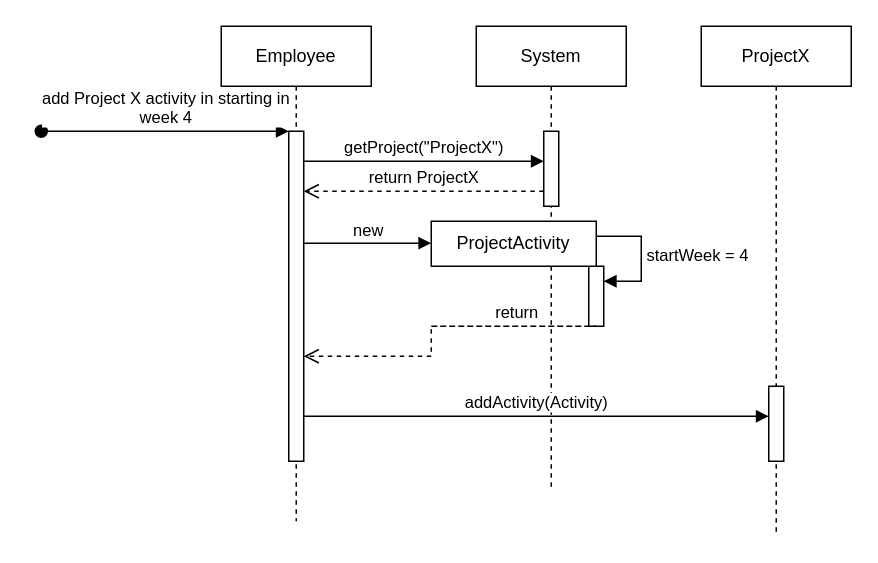
Buildasaurus/02161-Projekt keeps this draw.io diagram as actually fine sequence digagram.drawio. Above is the earlier version. Source tidied: cells renumbered, new cells numbered last; positions are measured from the earlier drawing's top-left corner, leaving out a move shared by most shapes. Both pictures are drawn from the tidied source at 150%, with x=0, y=0 at pixel (40, 26).
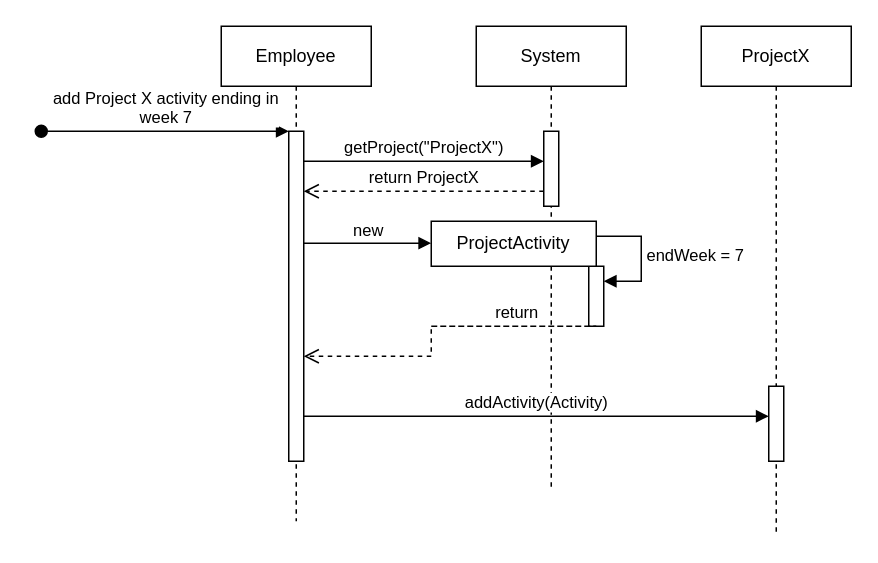
The same page after the edit.

Unchanged cells that the change refers to:
```xml
<mxCell id="2" value="Employee" style="shape=umlLifeline;perimeter=lifelinePerimeter;whiteSpace=wrap;html=1;newEdgeStyle={&quot;edgeStyle&quot;:&quot;elbowEdgeStyle&quot;,&quot;elbow&quot;:&quot;vertical&quot;,&quot;curved&quot;:0,&quot;rounded&quot;:0};" parent="1" vertex="1">
  <mxGeometry x="120" width="100" height="330" as="geometry" />
</mxCell>
<mxCell id="3" style="html=1;points=[];perimeter=orthogonalPerimeter;outlineConnect=0;targetShapes=umlLifeline;portConstraint=eastwest;newEdgeStyle={&quot;edgeStyle&quot;:&quot;elbowEdgeStyle&quot;,&quot;elbow&quot;:&quot;vertical&quot;,&quot;curved&quot;:0,&quot;rounded&quot;:0};" parent="2" vertex="1">
  <mxGeometry x="45" y="70" width="10" height="220" as="geometry" />
</mxCell>
<mxCell id="6" value="System" style="shape=umlLifeline;perimeter=lifelinePerimeter;whiteSpace=wrap;html=1;newEdgeStyle={&quot;edgeStyle&quot;:&quot;elbowEdgeStyle&quot;,&quot;elbow&quot;:&quot;vertical&quot;,&quot;curved&quot;:0,&quot;rounded&quot;:0};" parent="1" vertex="1">
  <mxGeometry x="290" width="100" height="310" as="geometry" />
</mxCell>
<mxCell id="8" style="html=1;points=[[0,0,0,0,5],[0,1,0,0,-5],[1,0,0,0,5],[1,1,0,0,-5]];perimeter=orthogonalPerimeter;outlineConnect=0;targetShapes=umlLifeline;portConstraint=eastwest;newEdgeStyle={&quot;curved&quot;:0,&quot;rounded&quot;:0};" parent="6" vertex="1">
  <mxGeometry x="75" y="160" width="10" height="40" as="geometry" />
</mxCell>
```

Change to the diagram source:
```diff
@@
-    <mxCell id="4" value="add Project X activity in starting in&lt;div&gt;week 4&lt;/div&gt;" style="html=1;verticalAlign=bottom;startArrow=oval;endArrow=block;startSize=8;edgeStyle=elbowEdgeStyle;elbow=vertical;curved=0;rounded=0;" parent="2" edge="1" target="3">
+    <mxCell id="4" value="add Project X activity ending in&lt;div&gt;week 7&lt;/div&gt;" style="html=1;verticalAlign=bottom;startArrow=oval;endArrow=block;startSize=8;edgeStyle=elbowEdgeStyle;elbow=vertical;curved=0;rounded=0;" parent="2" edge="1" target="3">
       <mxGeometry relative="1" as="geometry">
         <mxPoint x="-120" y="70" as="sourcePoint" />
       </mxGeometry>
     </mxCell>
@@
-    <mxCell id="9" value="startWeek = 4" style="html=1;align=left;spacingLeft=2;endArrow=block;rounded=0;edgeStyle=orthogonalEdgeStyle;curved=0;rounded=0;" parent="6" edge="1" target="8">
+    <mxCell id="9" value="endWeek = 7" style="html=1;align=left;spacingLeft=2;endArrow=block;rounded=0;edgeStyle=orthogonalEdgeStyle;curved=0;rounded=0;" parent="6" edge="1" target="8">
       <mxGeometry relative="1" as="geometry">
         <mxPoint x="80" y="140" as="sourcePoint" />
         <Array as="points">
           <mxPoint x="110" y="170" />
         </Array>
       </mxGeometry>
     </mxCell>
```
